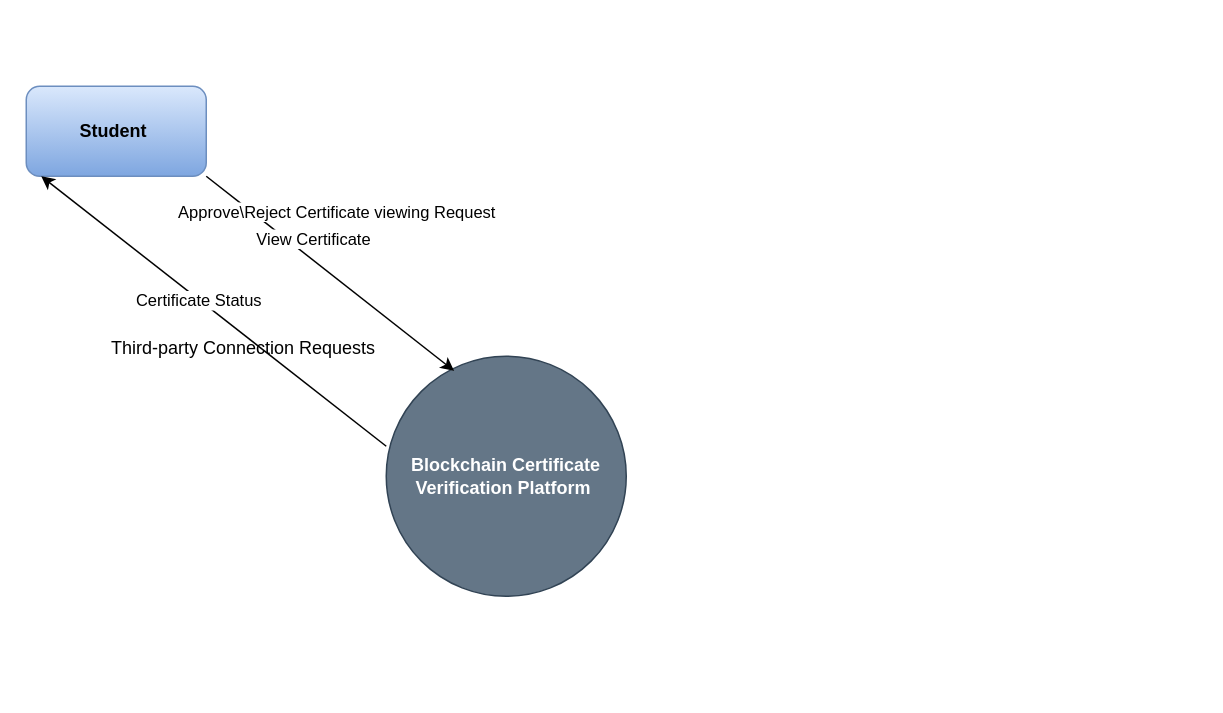
Above: BlockChainContext.drawio in SifisoMzansi/architecture-diagrams (draw.io), before the change. Source tidied: cells renumbered, new cells numbered last; positions are measured from the earlier drawing's top-left corner, leaving out a move shared by most shapes. Both pictures are drawn from the tidied source at 150%, with x=0, y=0 at pixel (26, 86).
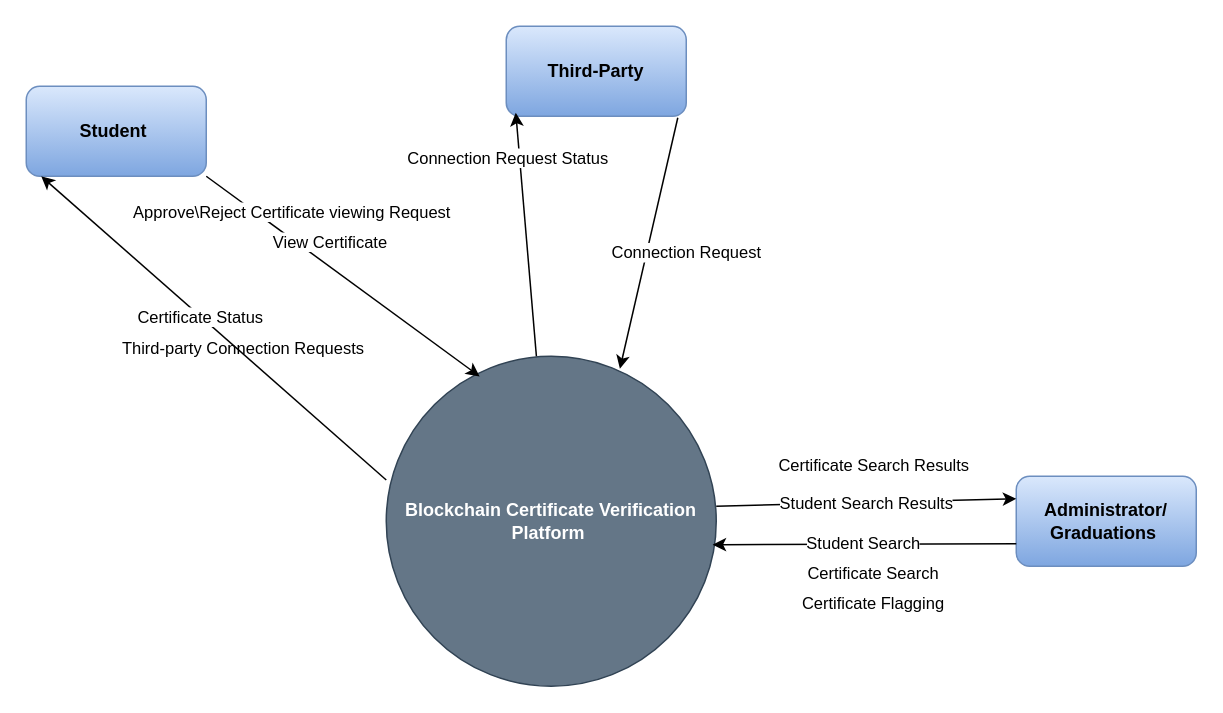
Above is the later version.

The edit, as a diff of the source:
```diff
@@
     <mxCell id="2" value="&lt;b&gt;Blockchain Certificate Verification Platform&amp;nbsp;&lt;/b&gt;" style="ellipse;whiteSpace=wrap;html=1;fillColor=#647687;strokeColor=#314354;fontColor=#ffffff;" parent="1" vertex="1">
-      <mxGeometry x="240" y="180" width="160" height="160" as="geometry" />
+      <mxGeometry x="240" y="180" width="220" height="220" as="geometry" />
     </mxCell>
@@
     <mxCell id="6" value="Approve\Reject Certificate viewing Request" style="edgeLabel;html=1;align=center;verticalAlign=middle;" parent="1" vertex="1">
-      <mxGeometry x="220" y="110" as="geometry">
+      <mxGeometry x="190" y="110" as="geometry">
         <mxPoint x="-14" y="-27" as="offset" />
       </mxGeometry>
     </mxCell>
@@
-    <mxCell id="9" value="Third-party Connection Requests" style="text;html=1;align=center;verticalAlign=middle;whiteSpace=wrap;rounded=0;" parent="1" vertex="1">
+    <mxCell id="9" value="&lt;font style=&quot;font-size: 11px;&quot;&gt;Third-party Connection Requests&lt;/font&gt;" style="text;html=1;align=center;verticalAlign=middle;whiteSpace=wrap;rounded=0;fontStyle=0;" parent="1" vertex="1">
       <mxGeometry x="50" y="160" width="190" height="30" as="geometry" />
     </mxCell>
+    <mxCell id="10" value="&lt;b&gt;Third-Party&lt;/b&gt;" style="rounded=1;whiteSpace=wrap;html=1;fillColor=#dae8fc;strokeColor=#6c8ebf;gradientColor=#7ea6e0;" parent="1" vertex="1">
+      <mxGeometry x="320" y="-40" width="120" height="60" as="geometry" />
+    </mxCell>
+    <mxCell id="11" style="endArrow=classic;html=1;rounded=0;exitX=0.455;exitY=0;exitDx=0;exitDy=0;exitPerimeter=0;entryX=0.053;entryY=0.961;entryDx=0;entryDy=0;entryPerimeter=0;" parent="1" edge="1" source="2" target="10">
+      <mxGeometry relative="1" as="geometry" />
+    </mxCell>
+    <mxCell id="12" value="Connection Request Status" style="edgeLabel;html=1;align=center;verticalAlign=middle;" parent="11" vertex="1">
+      <mxGeometry x="0.57" y="1" relative="1" as="geometry">
+        <mxPoint x="-8" y="-5" as="offset" />
+      </mxGeometry>
+    </mxCell>
+    <mxCell id="13" style="endArrow=classic;html=1;rounded=0;exitX=0.953;exitY=1.017;exitDx=0;exitDy=0;entryX=0.708;entryY=0.038;entryDx=0;entryDy=0;entryPerimeter=0;exitPerimeter=0;" parent="1" edge="1" source="10" target="2">
+      <mxGeometry relative="1" as="geometry" />
+    </mxCell>
+    <mxCell id="14" value="Connection Request" style="edgeLabel;html=1;align=center;verticalAlign=middle;" parent="13" vertex="1">
+      <mxGeometry x="0.1" y="2" relative="1" as="geometry">
+        <mxPoint x="24" y="-3" as="offset" />
+      </mxGeometry>
+    </mxCell>
+    <mxCell id="15" value="&lt;b&gt;Administrator/&lt;/b&gt;&lt;div&gt;&lt;b&gt;Graduations&amp;nbsp;&lt;/b&gt;&lt;/div&gt;" style="rounded=1;whiteSpace=wrap;html=1;fillColor=#dae8fc;gradientColor=#7ea6e0;strokeColor=#6c8ebf;" parent="1" vertex="1">
+      <mxGeometry x="660" y="260" width="120" height="60" as="geometry" />
+    </mxCell>
+    <mxCell id="16" value="Student Search Results" style="endArrow=classic;html=1;rounded=0;entryX=0;entryY=0.25;entryDx=0;entryDy=0;" parent="1" edge="1" target="15">
+      <mxGeometry relative="1" as="geometry">
+        <mxPoint x="460" y="280" as="sourcePoint" />
+      </mxGeometry>
+    </mxCell>
+    <mxCell id="17" value="&lt;font style=&quot;font-size: 11px;&quot;&gt;Certificate Search Results&lt;/font&gt;" style="text;html=1;align=center;verticalAlign=middle;strokeColor=none;fillColor=none;" parent="1" vertex="1">
+      <mxGeometry x="490" y="238" width="150" height="30" as="geometry" />
+    </mxCell>
+    <mxCell id="18" style="endArrow=classic;html=1;rounded=0;entryX=0.989;entryY=0.571;entryDx=0;entryDy=0;entryPerimeter=0;exitX=0;exitY=0.75;exitDx=0;exitDy=0;" parent="1" edge="1" source="15" target="2">
+      <mxGeometry relative="1" as="geometry" />
+    </mxCell>
+    <mxCell id="19" value="Student Search" style="edgeLabel;html=1;align=center;verticalAlign=middle;" parent="18" vertex="1">
+      <mxGeometry x="0.01" y="-1" relative="1" as="geometry" />
+    </mxCell>
+    <mxCell id="20" value="&lt;font style=&quot;font-size: 11px;&quot;&gt;Certificate Search&lt;/font&gt;" style="text;html=1;align=center;verticalAlign=middle;whiteSpace=wrap;rounded=0;" parent="1" vertex="1">
+      <mxGeometry x="515" y="310" width="100" height="30" as="geometry" />
+    </mxCell>
+    <mxCell id="21" value="&lt;font style=&quot;font-size: 11px;&quot;&gt;Certificate Flagging&lt;/font&gt;" style="text;html=1;align=center;verticalAlign=middle;whiteSpace=wrap;rounded=0;" parent="1" vertex="1">
+      <mxGeometry x="505" y="330" width="120" height="30" as="geometry" />
+    </mxCell>
```
